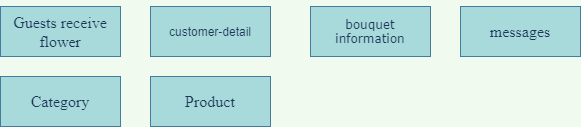
maialino123/Eproject-SEM3 keeps this draw.io diagram as Untitled Diagram.png. Above is the earlier version. Source tidied: cells renumbered, new cells last; positions are measured from the earlier drawing's top-left corner, leaving out a move shared by most shapes.
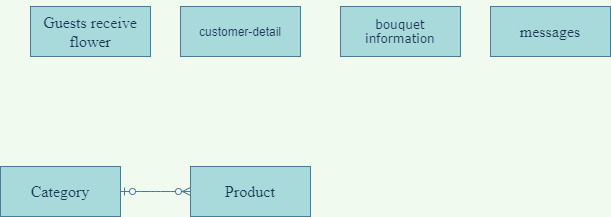
The same diagram one commit later.

Change to the diagram source:
```diff
@@ -15,10 +15,13 @@
       <mxGeometry width="120" height="50" as="geometry" />
     </mxCell>
     <mxCell id="6" value="&lt;p class=&quot;MsoNormal&quot;&gt;&lt;font face=&quot;times new roman, serif&quot;&gt;&lt;span style=&quot;font-size: 16px&quot;&gt;Category&lt;/span&gt;&lt;/font&gt;&lt;/p&gt;" style="whiteSpace=wrap;html=1;align=center;rounded=0;sketch=0;fontColor=#1D3557;strokeColor=#457B9D;fillColor=#A8DADC;" parent="1" vertex="1">
-      <mxGeometry y="70" width="120" height="50" as="geometry" />
+      <mxGeometry x="-30" y="160" width="120" height="50" as="geometry" />
     </mxCell>
     <mxCell id="7" value="&lt;p class=&quot;MsoNormal&quot;&gt;&lt;font face=&quot;times new roman, serif&quot;&gt;&lt;span style=&quot;font-size: 16px&quot;&gt;Product&lt;/span&gt;&lt;/font&gt;&lt;/p&gt;" style="whiteSpace=wrap;html=1;align=center;rounded=0;sketch=0;fontColor=#1D3557;strokeColor=#457B9D;fillColor=#A8DADC;" parent="1" vertex="1">
-      <mxGeometry x="150" y="70" width="120" height="50" as="geometry" />
+      <mxGeometry x="160" y="160" width="120" height="50" as="geometry" />
     </mxCell>
+    <mxCell id="8" style="edgeStyle=entityRelationEdgeStyle;fontSize=12;html=1;endArrow=ERzeroToMany;startArrow=ERzeroToOne;fontColor=#1D3557;strokeColor=#457B9D;fillColor=#A8DADC;exitX=1;exitY=0.5;exitDx=0;exitDy=0;entryX=0;entryY=0.5;entryDx=0;entryDy=0;" parent="1" edge="1" source="6" target="7">
+      <mxGeometry relative="1" as="geometry" />
+    </mxCell>
   </root>
 </mxGraphModel>
```
